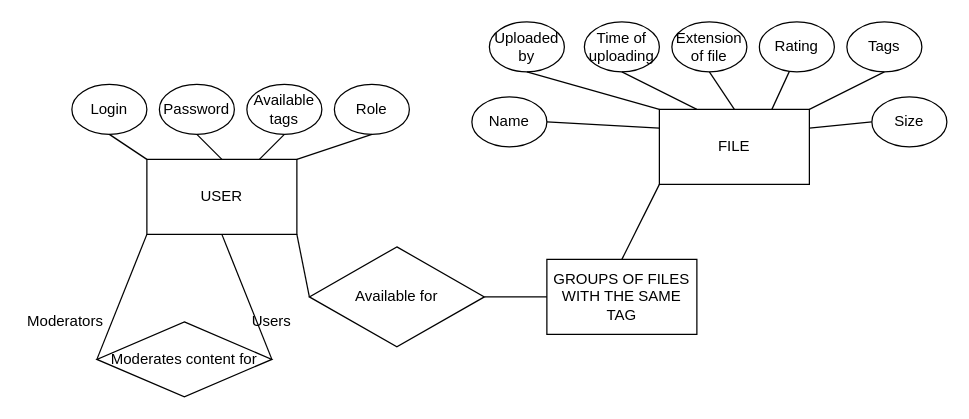
DanisAlukaev/Digital-Library keeps this draw.io diagram as database_design.drawio. Above is the earlier version. Source tidied: cells renumbered, new cells numbered last; positions are measured from the earlier drawing's top-left corner, leaving out a move shared by most shapes. Both pictures are drawn from the tidied source at 125%, with x=0, y=0 at pixel (21, 21).
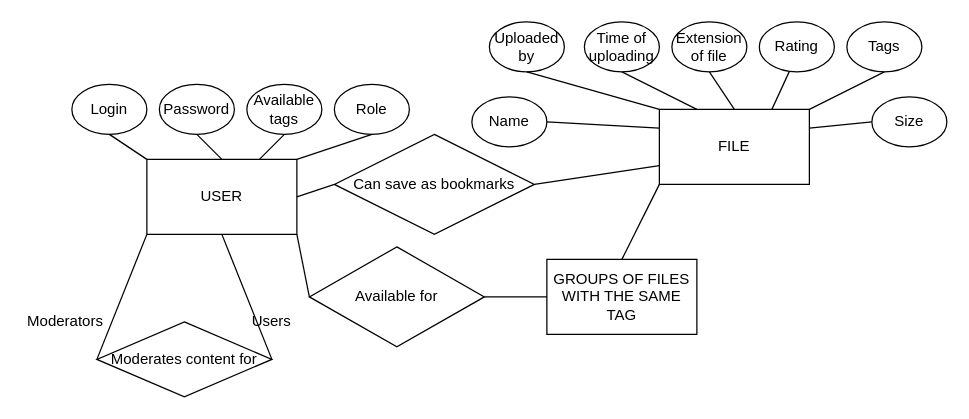
After the change.

The change refers to these unchanged cells:
```xml
<mxCell id="2" value="FILE" style="rounded=0;whiteSpace=wrap;html=1;" parent="1" vertex="1">
  <mxGeometry x="510" y="70" width="120" height="60" as="geometry" />
</mxCell>
<mxCell id="3" value="USER" style="rounded=0;whiteSpace=wrap;html=1;" parent="1" vertex="1">
  <mxGeometry x="100" y="110" width="120" height="60" as="geometry" />
</mxCell>
```

Diff of the diagram source:
```diff
@@
+    <mxCell id="36" value="Can save as bookmarks" style="rhombus;whiteSpace=wrap;html=1;" parent="1" vertex="1">
+      <mxGeometry x="250" y="90" width="160" height="80" as="geometry" />
+    </mxCell>
+    <mxCell id="37" style="endArrow=none;html=1;exitX=1;exitY=0.5;exitDx=0;exitDy=0;entryX=0;entryY=0.5;entryDx=0;entryDy=0;" parent="1" edge="1" source="3" target="36">
+      <mxGeometry relative="1" as="geometry" />
+    </mxCell>
+    <mxCell id="38" style="endArrow=none;html=1;entryX=0;entryY=0.75;entryDx=0;entryDy=0;exitX=1;exitY=0.5;exitDx=0;exitDy=0;" parent="1" edge="1" source="36" target="2">
+      <mxGeometry relative="1" as="geometry" />
+    </mxCell>
```
